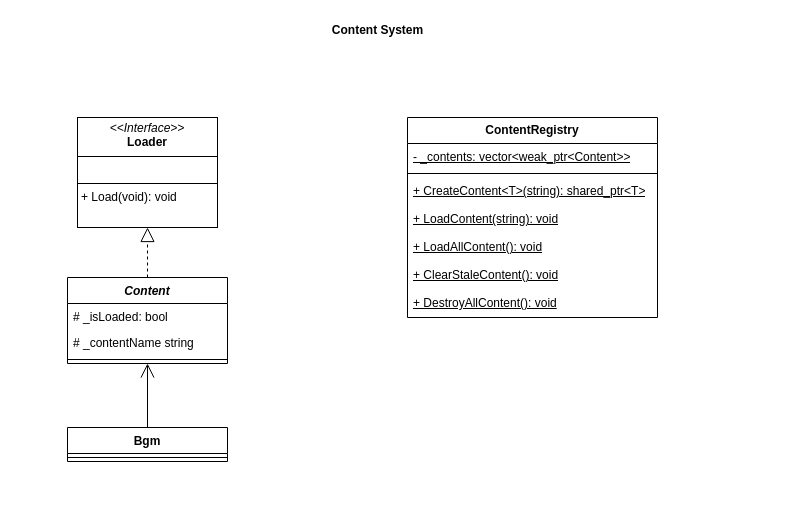
kjblanchard/drawio keeps this draw.io diagram as content.drawio. Above is the earlier version. Source tidied: cells renumbered, new cells numbered last; positions are measured from the earlier drawing's top-left corner, leaving out a move shared by most shapes. Both pictures are drawn from the tidied source at 100%, with x=0, y=0 at pixel (67, 17).
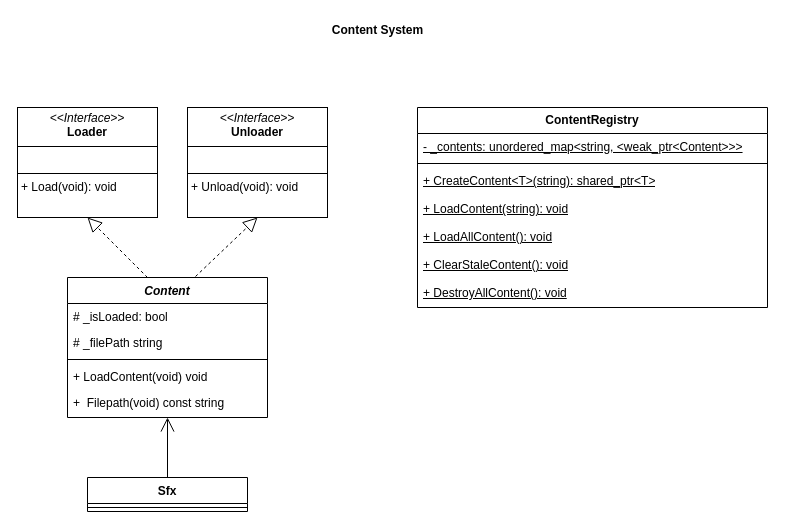
The same diagram, later.

Change to the diagram source:
```diff
@@
     <mxCell id="3" value="Content" style="swimlane;fontStyle=3;align=center;verticalAlign=top;horizontal=1;startSize=26;whiteSpace=wrap;html=1;" parent="1" vertex="1">
-      <mxGeometry y="260" width="160" height="86" as="geometry" />
+      <mxGeometry y="260" width="200" height="140" as="geometry" />
     </mxCell>
@@
     <mxCell id="5" value="# _isLoaded: bool" style="text;strokeColor=none;fillColor=none;align=left;verticalAlign=top;spacingLeft=4;spacingRight=4;overflow=hidden;whiteSpace=wrap;html=1;" parent="3" vertex="1">
-      <mxGeometry y="26" width="160" height="26" as="geometry" />
+      <mxGeometry y="26" width="200" height="26" as="geometry" />
     </mxCell>
-    <mxCell id="6" value="# _contentName string" style="text;strokeColor=none;fillColor=none;align=left;verticalAlign=top;spacingLeft=4;spacingRight=4;overflow=hidden;whiteSpace=wrap;html=1;" parent="3" vertex="1">
-      <mxGeometry y="52" width="160" height="26" as="geometry" />
+    <mxCell id="6" value="# _filePath string" style="text;strokeColor=none;fillColor=none;align=left;verticalAlign=top;spacingLeft=4;spacingRight=4;overflow=hidden;whiteSpace=wrap;html=1;" parent="3" vertex="1">
+      <mxGeometry y="52" width="200" height="26" as="geometry" />
     </mxCell>
     <mxCell id="7" style="line;strokeWidth=1;fillColor=none;align=left;verticalAlign=middle;spacingTop=-1;spacingLeft=3;spacingRight=3;labelPosition=right;strokeColor=inherit;" parent="3" vertex="1">
-      <mxGeometry y="78" width="160" height="8" as="geometry" />
+      <mxGeometry y="78" width="200" height="8" as="geometry" />
     </mxCell>
+    <mxCell id="20" value="+ LoadContent(void) void" style="text;strokeColor=none;fillColor=none;align=left;verticalAlign=top;spacingLeft=4;spacingRight=4;overflow=hidden;whiteSpace=wrap;html=1;" parent="3" vertex="1">
+      <mxGeometry y="86" width="200" height="26" as="geometry" />
+    </mxCell>
+    <mxCell id="21" value="+ &amp;nbsp;Filepath(void) const string" style="text;strokeColor=none;fillColor=none;align=left;verticalAlign=top;spacingLeft=4;spacingRight=4;overflow=hidden;whiteSpace=wrap;html=1;" parent="3" vertex="1">
+      <mxGeometry y="112" width="200" height="28" as="geometry" />
+    </mxCell>
     <mxCell id="8" value="&lt;p style=&quot;margin:0px;margin-top:4px;text-align:center;&quot;&gt;&lt;i&gt;&amp;lt;&amp;lt;Interface&amp;gt;&amp;gt;&lt;/i&gt;&lt;br&gt;&lt;b&gt;Loader&lt;/b&gt;&lt;/p&gt;&lt;hr size=&quot;1&quot; style=&quot;border-style:solid;&quot;&gt;&lt;p style=&quot;margin:0px;margin-left:4px;&quot;&gt;&lt;br&gt;&lt;/p&gt;&lt;hr size=&quot;1&quot; style=&quot;border-style:solid;&quot;&gt;&lt;p style=&quot;margin:0px;margin-left:4px;&quot;&gt;+ Load(void): void&lt;br&gt;&lt;/p&gt;" style="verticalAlign=top;align=left;overflow=fill;html=1;whiteSpace=wrap;" parent="1" vertex="1">
-      <mxGeometry x="10" y="100" width="140" height="110" as="geometry" />
+      <mxGeometry x="-50" y="90" width="140" height="110" as="geometry" />
     </mxCell>
     <mxCell id="9" value="ContentRegistry" style="swimlane;fontStyle=1;horizontal=1;startSize=26;fillColor=none;whiteSpace=wrap;html=1;" parent="1" vertex="1">
-      <mxGeometry x="340" y="100" width="250" height="200" as="geometry" />
+      <mxGeometry x="350" y="90" width="350" height="200" as="geometry" />
     </mxCell>
-    <mxCell id="10" value="- _contents: vector&amp;lt;weak_ptr&amp;lt;Content&amp;gt;&amp;gt;" style="text;strokeColor=none;fillColor=none;align=left;verticalAlign=top;spacingLeft=4;spacingRight=4;overflow=hidden;whiteSpace=wrap;html=1;fontStyle=4;" parent="9" vertex="1">
-      <mxGeometry y="26" width="250" height="26" as="geometry" />
+    <mxCell id="10" value="- _contents: unordered_map&amp;lt;string, &amp;lt;weak_ptr&amp;lt;Content&amp;gt;&amp;gt;&amp;gt;" style="text;strokeColor=none;fillColor=none;align=left;verticalAlign=top;spacingLeft=4;spacingRight=4;overflow=hidden;whiteSpace=wrap;html=1;fontStyle=4;" parent="9" vertex="1">
+      <mxGeometry y="26" width="350" height="26" as="geometry" />
     </mxCell>
     <mxCell id="11" style="line;strokeWidth=1;fillColor=none;align=left;verticalAlign=middle;spacingTop=-1;spacingLeft=3;spacingRight=3;labelPosition=right;strokeColor=inherit;" parent="9" vertex="1">
-      <mxGeometry y="52" width="250" height="8" as="geometry" />
+      <mxGeometry y="52" width="350" height="8" as="geometry" />
     </mxCell>
     <mxCell id="12" value="+ CreateContent&amp;lt;T&amp;gt;(string): shared_ptr&amp;lt;T&amp;gt;" style="text;strokeColor=none;fillColor=none;align=left;verticalAlign=top;spacingLeft=4;spacingRight=4;overflow=hidden;whiteSpace=wrap;html=1;fontStyle=4;" parent="9" vertex="1">
-      <mxGeometry y="60" width="250" height="28" as="geometry" />
+      <mxGeometry y="60" width="350" height="28" as="geometry" />
     </mxCell>
     <mxCell id="13" value="+ LoadContent(string): void" style="text;strokeColor=none;fillColor=none;align=left;verticalAlign=top;spacingLeft=4;spacingRight=4;overflow=hidden;whiteSpace=wrap;html=1;fontStyle=4;" parent="9" vertex="1">
-      <mxGeometry y="88" width="250" height="28" as="geometry" />
+      <mxGeometry y="88" width="350" height="28" as="geometry" />
     </mxCell>
     <mxCell id="14" value="+ LoadAllContent(): void" style="text;strokeColor=none;fillColor=none;align=left;verticalAlign=top;spacingLeft=4;spacingRight=4;overflow=hidden;whiteSpace=wrap;html=1;fontStyle=4;" parent="9" vertex="1">
-      <mxGeometry y="116" width="250" height="28" as="geometry" />
+      <mxGeometry y="116" width="350" height="28" as="geometry" />
     </mxCell>
     <mxCell id="15" value="+ ClearStaleContent(): void" style="text;strokeColor=none;fillColor=none;align=left;verticalAlign=top;spacingLeft=4;spacingRight=4;overflow=hidden;whiteSpace=wrap;html=1;fontStyle=4;" parent="9" vertex="1">
-      <mxGeometry y="144" width="250" height="28" as="geometry" />
+      <mxGeometry y="144" width="350" height="28" as="geometry" />
     </mxCell>
     <mxCell id="16" value="+ DestroyAllContent(): void" style="text;strokeColor=none;fillColor=none;align=left;verticalAlign=top;spacingLeft=4;spacingRight=4;overflow=hidden;whiteSpace=wrap;html=1;fontStyle=4;" parent="9" vertex="1">
-      <mxGeometry y="172" width="250" height="28" as="geometry" />
+      <mxGeometry y="172" width="350" height="28" as="geometry" />
     </mxCell>
-    <mxCell id="17" value="Bgm" style="swimlane;fontStyle=1;align=center;verticalAlign=top;horizontal=1;startSize=26;whiteSpace=wrap;html=1;" parent="1" vertex="1">
-      <mxGeometry y="410" width="160" height="34" as="geometry" />
+    <mxCell id="17" value="Sfx" style="swimlane;fontStyle=1;align=center;verticalAlign=top;horizontal=1;startSize=26;whiteSpace=wrap;html=1;" parent="1" vertex="1">
+      <mxGeometry x="20" y="460" width="160" height="34" as="geometry" />
     </mxCell>
@@
+    <mxCell id="22" value="&lt;p style=&quot;margin:0px;margin-top:4px;text-align:center;&quot;&gt;&lt;i&gt;&amp;lt;&amp;lt;Interface&amp;gt;&amp;gt;&lt;/i&gt;&lt;br&gt;&lt;b&gt;Unloader&lt;/b&gt;&lt;/p&gt;&lt;hr size=&quot;1&quot; style=&quot;border-style:solid;&quot;&gt;&lt;p style=&quot;margin:0px;margin-left:4px;&quot;&gt;&lt;br&gt;&lt;/p&gt;&lt;hr size=&quot;1&quot; style=&quot;border-style:solid;&quot;&gt;&lt;p style=&quot;margin:0px;margin-left:4px;&quot;&gt;+ Unload(void): void&lt;br&gt;&lt;/p&gt;" style="verticalAlign=top;align=left;overflow=fill;html=1;whiteSpace=wrap;" parent="1" vertex="1">
+      <mxGeometry x="120" y="90" width="140" height="110" as="geometry" />
+    </mxCell>
+    <mxCell id="23" style="endArrow=block;dashed=1;endFill=0;endSize=12;html=1;rounded=0;exitX=0.64;exitY=-0.007;exitDx=0;exitDy=0;exitPerimeter=0;entryX=0.5;entryY=1;entryDx=0;entryDy=0;" parent="1" edge="1" source="3" target="22">
+      <mxGeometry relative="1" as="geometry" />
+    </mxCell>
```
